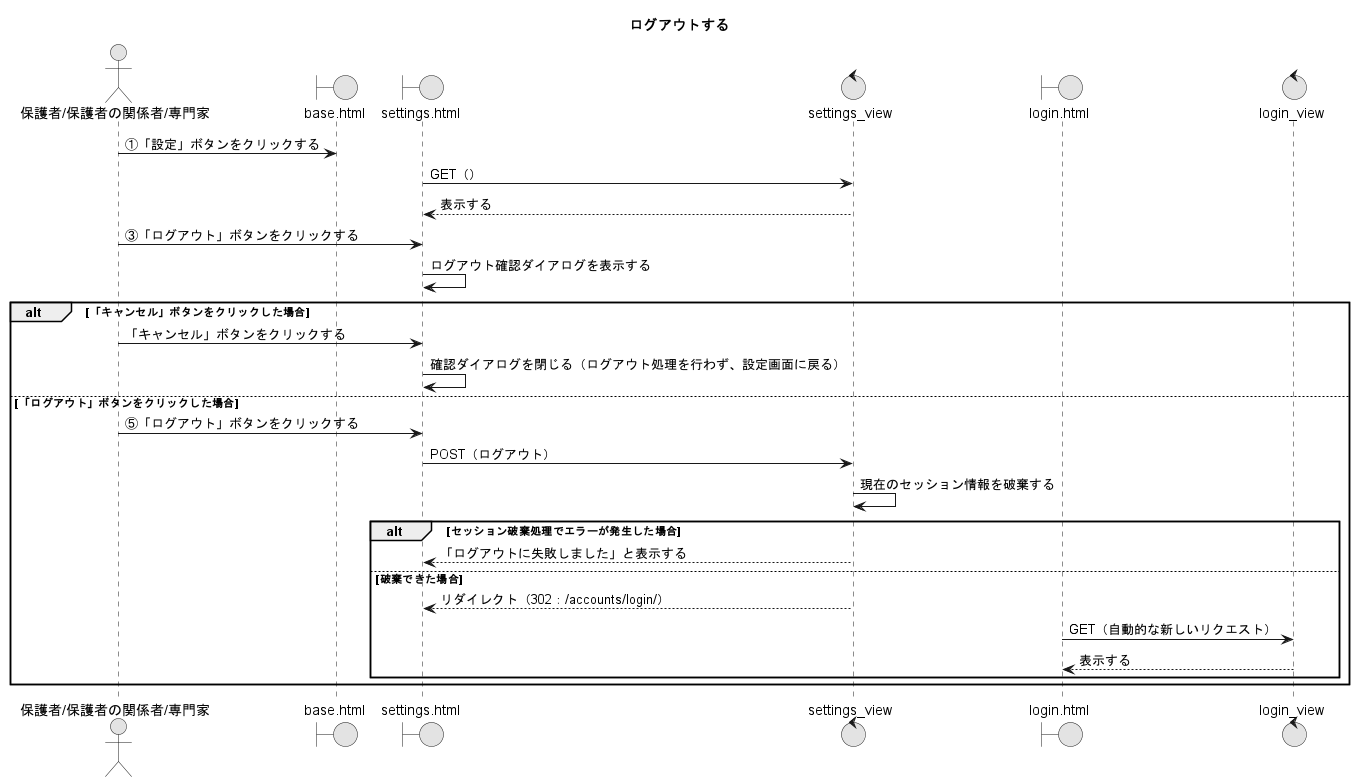
Earlier version of the PlantUML export PNG/03_ログアウトする.png (Ma2naga190330/26_sotugyou_puml).
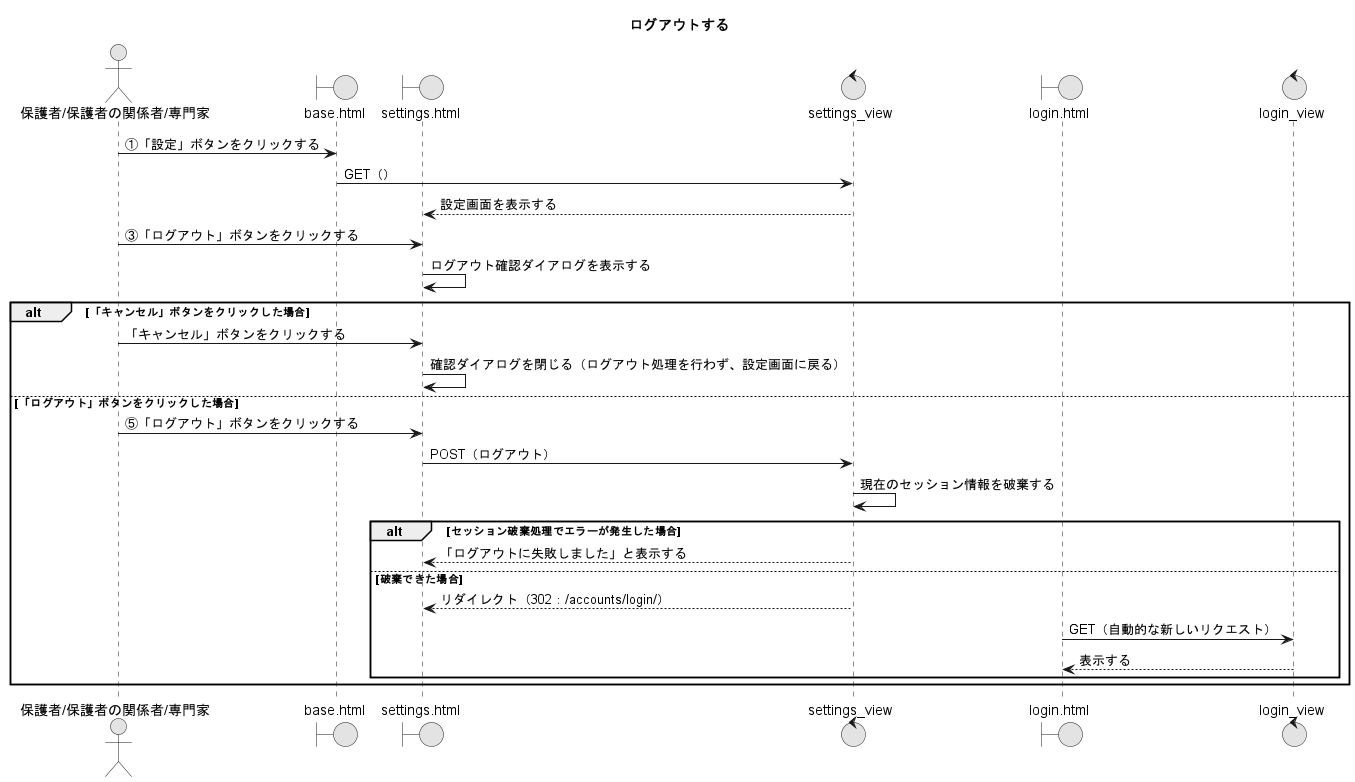
Later version of the same file.

What changed in the source:
```diff
@@ -11,8 +11,8 @@
 control "login_view" as LV
 
 A -> BP : ①「設定」ボタンをクリックする
-SP -> SV : GET（）
-SV --> SP : 表示する
+BP -> SV : GET（）
+SV --> SP : 設定画面を表示する
 
 A -> SP : ③「ログアウト」ボタンをクリックする
 SP -> SP : ログアウト確認ダイアログを表示する
```
